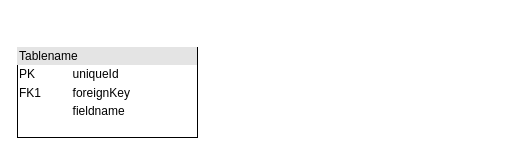
Earlier version of the draw.io diagram Untitled Diagram.drawio (hankdoo/diagram). Source tidied: cells renumbered, new cells numbered last; positions are measured from the earlier drawing's top-left corner, leaving out a move shared by most shapes. Both pictures are drawn from the tidied source at 100%, with x=0, y=0 at pixel (17, 47).
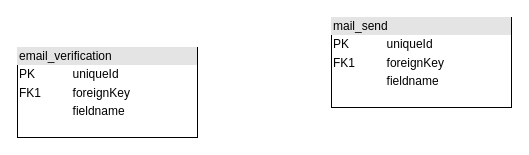
The same page after the edit.

Change to the diagram source:
```diff
@@
 <mxGraphModel>
   <root>
     <mxCell id="0" />
     <mxCell id="1" parent="0" />
-    <mxCell id="2" value="&lt;div style=&quot;box-sizing:border-box;width:100%;background:#e4e4e4;padding:2px;&quot;&gt;Tablename&lt;/div&gt;&lt;table style=&quot;width:100%;font-size:1em;&quot; cellpadding=&quot;2&quot; cellspacing=&quot;0&quot;&gt;&lt;tr&gt;&lt;td&gt;PK&lt;/td&gt;&lt;td&gt;uniqueId&lt;/td&gt;&lt;/tr&gt;&lt;tr&gt;&lt;td&gt;FK1&lt;/td&gt;&lt;td&gt;foreignKey&lt;/td&gt;&lt;/tr&gt;&lt;tr&gt;&lt;td&gt;&lt;/td&gt;&lt;td&gt;fieldname&lt;/td&gt;&lt;/tr&gt;&lt;/table&gt;" style="verticalAlign=top;align=left;overflow=fill;html=1;whiteSpace=wrap;" parent="1" vertex="1">
+    <mxCell id="2" value="&lt;div style=&quot;box-sizing:border-box;width:100%;background:#e4e4e4;padding:2px;&quot;&gt;email_verification&lt;/div&gt;&lt;table style=&quot;width:100%;font-size:1em;&quot; cellpadding=&quot;2&quot; cellspacing=&quot;0&quot;&gt;&lt;tbody&gt;&lt;tr&gt;&lt;td&gt;PK&lt;/td&gt;&lt;td&gt;uniqueId&lt;/td&gt;&lt;/tr&gt;&lt;tr&gt;&lt;td&gt;FK1&lt;/td&gt;&lt;td&gt;foreignKey&lt;/td&gt;&lt;/tr&gt;&lt;tr&gt;&lt;td&gt;&lt;/td&gt;&lt;td&gt;fieldname&lt;/td&gt;&lt;/tr&gt;&lt;/tbody&gt;&lt;/table&gt;" style="verticalAlign=top;align=left;overflow=fill;html=1;whiteSpace=wrap;" parent="1" vertex="1">
       <mxGeometry width="180" height="90" as="geometry" />
     </mxCell>
+    <mxCell id="3" value="&lt;div style=&quot;box-sizing:border-box;width:100%;background:#e4e4e4;padding:2px;&quot;&gt;mail_send&lt;/div&gt;&lt;table style=&quot;width:100%;font-size:1em;&quot; cellpadding=&quot;2&quot; cellspacing=&quot;0&quot;&gt;&lt;tbody&gt;&lt;tr&gt;&lt;td&gt;PK&lt;/td&gt;&lt;td&gt;uniqueId&lt;/td&gt;&lt;/tr&gt;&lt;tr&gt;&lt;td&gt;FK1&lt;/td&gt;&lt;td&gt;foreignKey&lt;/td&gt;&lt;/tr&gt;&lt;tr&gt;&lt;td&gt;&lt;/td&gt;&lt;td&gt;fieldname&lt;/td&gt;&lt;/tr&gt;&lt;/tbody&gt;&lt;/table&gt;" style="verticalAlign=top;align=left;overflow=fill;html=1;whiteSpace=wrap;" parent="1" vertex="1">
+      <mxGeometry x="314" y="-30" width="180" height="90" as="geometry" />
+    </mxCell>
   </root>
 </mxGraphModel>
```
